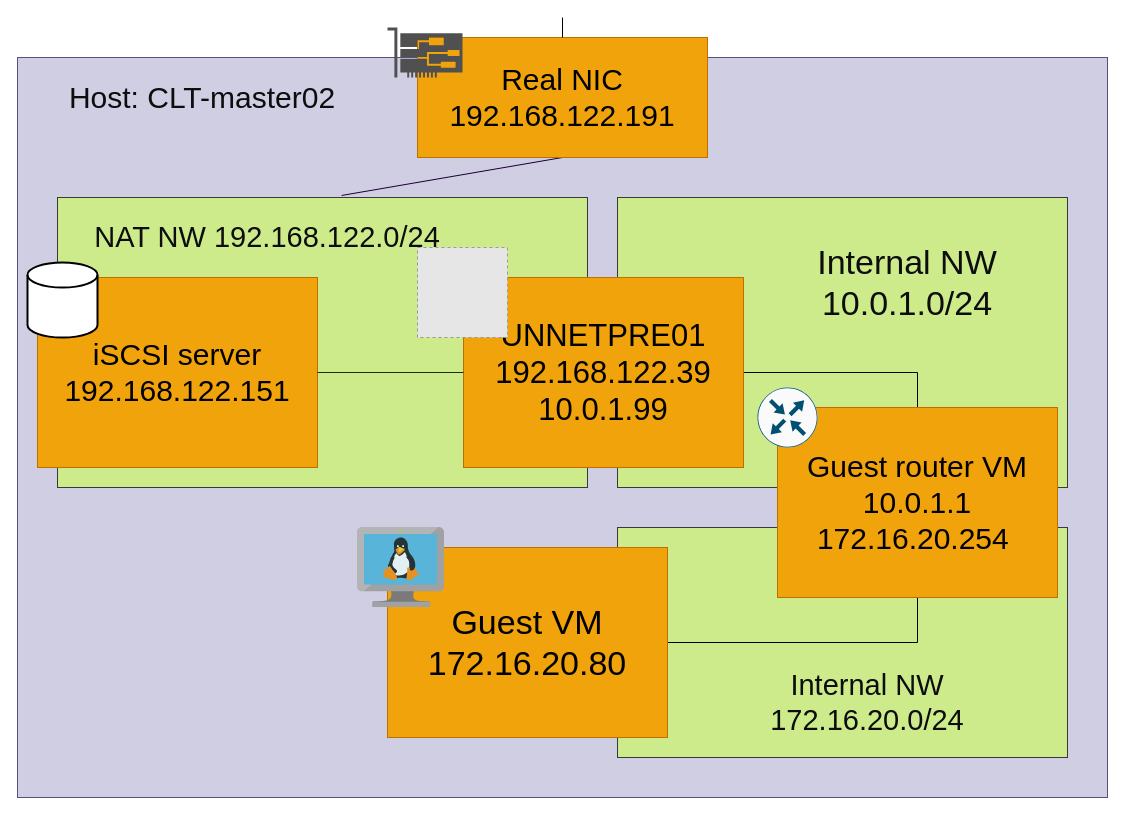
This is presentation-2023-02-22_2.drawio from yokikim/Report-resource-linux, a draw.io file, before an edit. Source tidied: cells renumbered, new cells numbered last; positions are measured from the earlier drawing's top-left corner, leaving out a move shared by most shapes. Both pictures are drawn from the tidied source at 100%, with x=0, y=0 at pixel (17, 17). Pictures stored in the file or linked from it are replaced by grey dashed boxes.
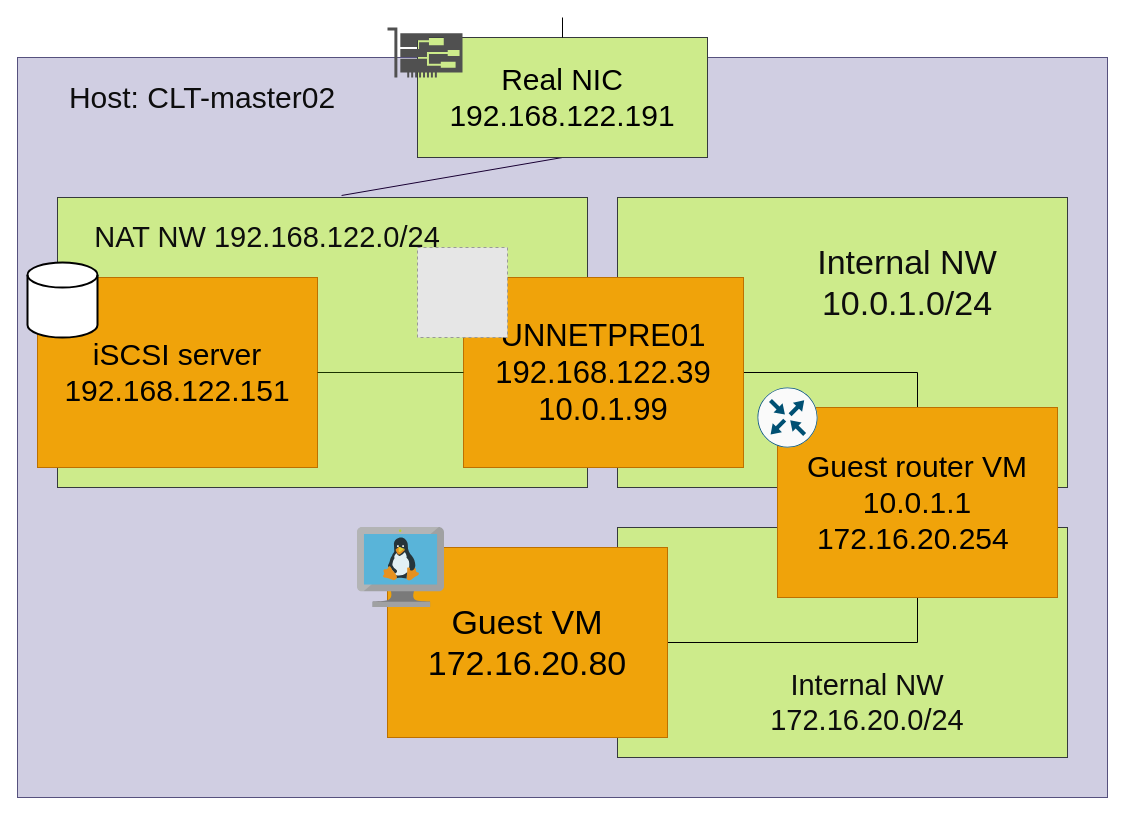
After the change.

The edit, as a diff of the source:
```diff
@@
-    <mxCell id="15" value="Real NIC&lt;br&gt;192.168.122.191" style="text;html=1;strokeColor=#BD7000;fillColor=#f0a30a;align=center;verticalAlign=middle;whiteSpace=wrap;rounded=0;fontSize=30;fontColor=#000000;" parent="9" vertex="1">
+    <mxCell id="15" value="Real NIC&lt;br&gt;192.168.122.191" style="text;html=1;strokeColor=#36393d;fillColor=#cdeb8b;align=center;verticalAlign=middle;whiteSpace=wrap;rounded=0;fontSize=30;" parent="9" vertex="1">
       <mxGeometry x="400" y="20" width="290" height="120" as="geometry" />
     </mxCell>
```
